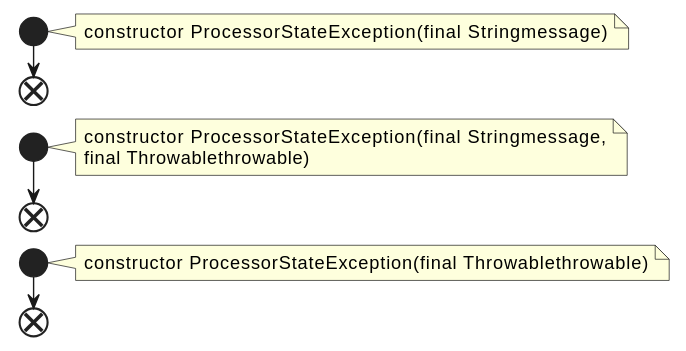
This is docs/qc/streams/src/main/java/org/apache/kafka/streams/errors/ProcessorStateException.java.fct.svg from qualitesys/kafka, a PlantUML export, as it was before one commit.
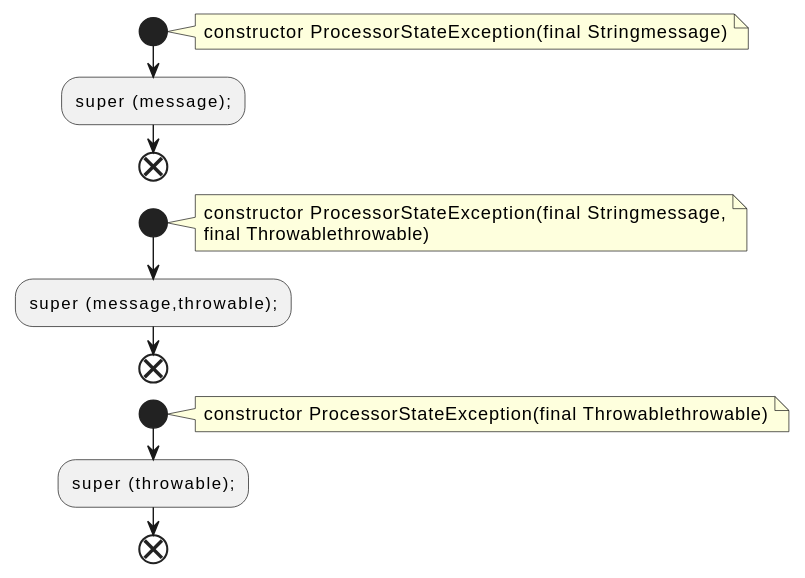
After the commit.

What changed in the source:
```diff
@@ -4,16 +4,19 @@
 note right
 constructor ProcessorStateException(final Stringmessage)
 end note
+:super (message);;
 end
 start
 note right
 constructor ProcessorStateException(final Stringmessage,
 final Throwablethrowable)
 end note
+:super (message,throwable);;
 end
 start
 note right
 constructor ProcessorStateException(final Throwablethrowable)
 end note
+:super (throwable);;
 end
 @enduml
```
